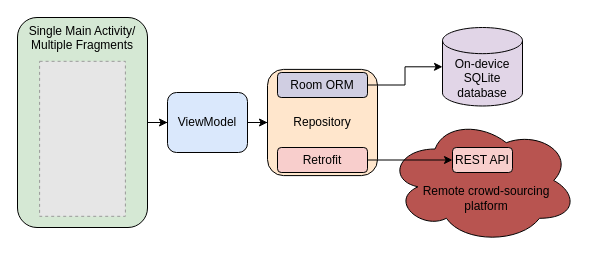
msthoma/EnviroInfo2020_paper keeps this draw.io diagram as figure_app_architecture/app_architecture.drawio. Above is the earlier version. Source tidied: cells renumbered, new cells numbered last; positions are measured from the earlier drawing's top-left corner, leaving out a move shared by most shapes. Both pictures are drawn from the tidied source at 100%, with x=0, y=0 at pixel (17, 17). Pictures stored in the file or linked from it are replaced by grey dashed boxes.
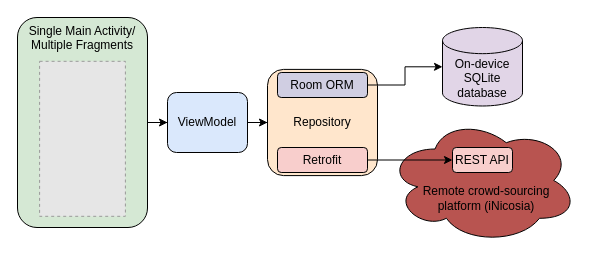
After the change.

Commit message:
add remote platform name (iNicosia)

What changed in the source:
```diff
@@
 <mxGraphModel>
   <root>
     <mxCell id="0" />
     <mxCell id="1" parent="0" />
-    <mxCell id="2" value="&lt;div&gt;Remote crowd-sourcing &lt;br&gt;&lt;/div&gt;&lt;div&gt;platform&lt;/div&gt;" style="ellipse;shape=cloud;whiteSpace=wrap;html=1;align=center;strokeWidth=1;verticalAlign=middle;spacingBottom=0;fillColor=#B85450;spacingTop=35;spacingLeft=8;" parent="1" vertex="1">
+    <mxCell id="2" value="&lt;div&gt;Remote crowd-sourcing &lt;br&gt;&lt;/div&gt;&lt;div&gt;platform (iNicosia)&lt;br&gt;&lt;/div&gt;" style="ellipse;shape=cloud;whiteSpace=wrap;html=1;align=center;strokeWidth=1;verticalAlign=middle;spacingBottom=0;fillColor=#B85450;spacingTop=35;spacingLeft=8;" parent="1" vertex="1">
       <mxGeometry x="370" y="100" width="190" height="126" as="geometry" />
     </mxCell>
     <mxCell id="3" style="edgeStyle=orthogonalEdgeStyle;rounded=0;jettySize=auto;html=1;" parent="1" edge="1" source="9" target="5">
       <mxGeometry relative="1" as="geometry" />
     </mxCell>
     <mxCell id="4" style="edgeStyle=orthogonalEdgeStyle;rounded=0;jettySize=auto;html=1;" parent="1" edge="1" source="5" target="12">
       <mxGeometry relative="1" as="geometry" />
     </mxCell>
     <mxCell id="5" value="ViewModel" style="rounded=1;whiteSpace=wrap;html=1;fillColor=#dae8fc;" parent="1" vertex="1">
       <mxGeometry x="150" y="75" width="80" height="60" as="geometry" />
     </mxCell>
     <mxCell id="6" value="&lt;div&gt;On-device&lt;br&gt;&lt;/div&gt;&lt;div&gt;SQLite database&lt;br&gt;&lt;/div&gt;" style="strokeWidth=1;html=1;shape=mxgraph.flowchart.database;whiteSpace=wrap;verticalAlign=bottom;fillColor=#e1d5e7;spacingBottom=4;" parent="1" vertex="1">
       <mxGeometry x="425" y="10" width="80" height="78.5" as="geometry" />
     </mxCell>
     <mxCell id="7" value="REST API" style="rounded=1;whiteSpace=wrap;html=1;fillColor=#f8cecc;align=center;spacing=2;spacingTop=0;" parent="1" vertex="1">
       <mxGeometry x="435" y="130" width="60" height="25" as="geometry" />
     </mxCell>
     <mxCell id="8" style="group;" parent="1" vertex="1">
       <mxGeometry width="130" height="210" as="geometry" />
     </mxCell>
     <mxCell id="9" value="&lt;div&gt;Single Main Activity/ Multiple Fragments&lt;/div&gt;" style="rounded=1;whiteSpace=wrap;html=1;spacingRight=0;labelBackgroundColor=none;fillColor=#d5e8d4;verticalAlign=top;" parent="8" vertex="1">
       <mxGeometry width="130" height="210" as="geometry" />
     </mxCell>
     <mxCell id="10" style="fillColor=#E6E6E6;strokeColor=#999999;dashed=1;verticalLabelPosition=bottom;verticalAlign=top;labelBackgroundColor=none;" parent="8" vertex="1">
       <mxGeometry x="22.1" y="43.8" width="85.8" height="155" as="geometry" />
     </mxCell>
     <mxCell id="11" style="group;" parent="1" vertex="1">
       <mxGeometry x="250" y="51.9" width="110" height="106.2" as="geometry" />
     </mxCell>
     <mxCell id="12" value="Repository" style="rounded=1;whiteSpace=wrap;html=1;verticalAlign=middle;fillColor=#ffe6cc;" parent="11" vertex="1">
       <mxGeometry width="110" height="106.2" as="geometry" />
     </mxCell>
     <mxCell id="13" value="Room ORM" style="rounded=1;whiteSpace=wrap;html=1;fillColor=#d0cee2;" parent="11" vertex="1">
       <mxGeometry x="10" y="3.1" width="90" height="25" as="geometry" />
     </mxCell>
     <mxCell id="14" value="Retrofit" style="rounded=1;whiteSpace=wrap;html=1;fillColor=#f8cecc;" parent="11" vertex="1">
       <mxGeometry x="10" y="78.1" width="90" height="25" as="geometry" />
     </mxCell>
     <mxCell id="15" style="edgeStyle=orthogonalEdgeStyle;rounded=0;jettySize=auto;html=1;entryX=0;entryY=0.5;entryDx=0;entryDy=0;" parent="1" edge="1" source="14" target="7">
       <mxGeometry relative="1" as="geometry" />
     </mxCell>
     <mxCell id="16" style="edgeStyle=orthogonalEdgeStyle;rounded=0;jettySize=auto;html=1;" parent="1" edge="1" source="13" target="6">
       <mxGeometry relative="1" as="geometry" />
     </mxCell>
   </root>
 </mxGraphModel>
```
